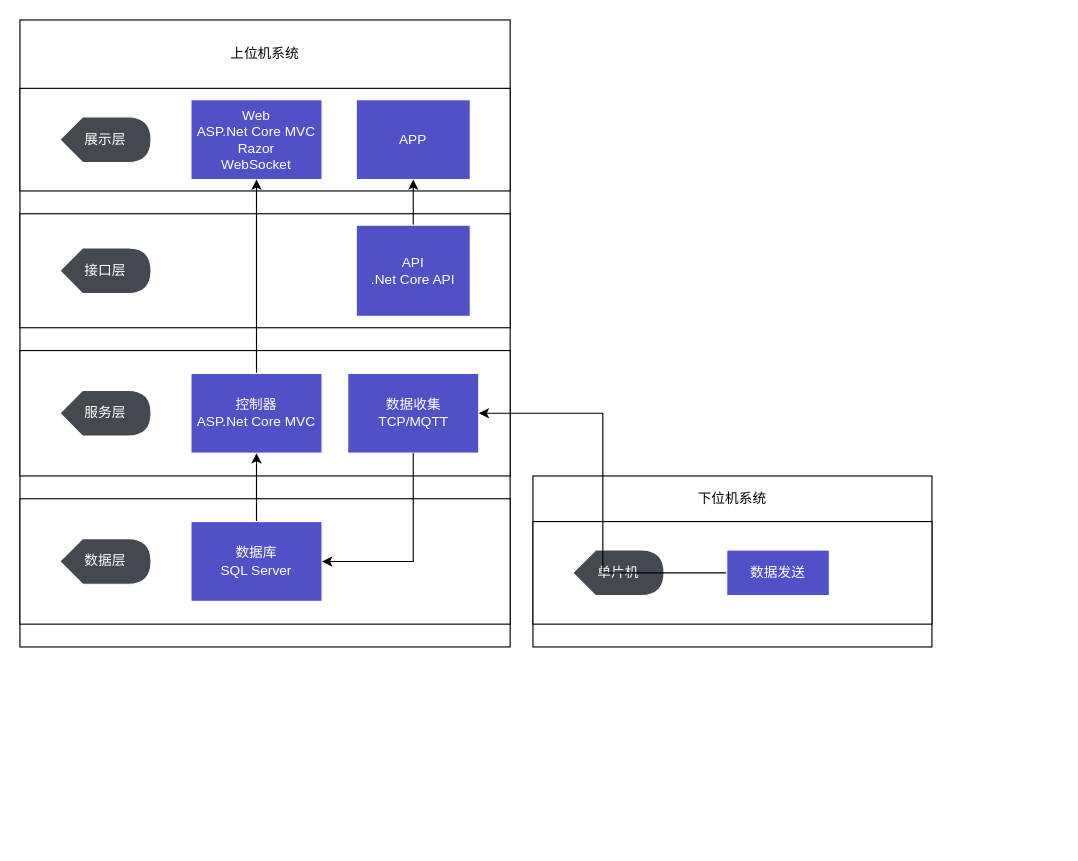
Earlier version of the draw.io diagram SystemArch.drawio (wisdomLei/FakeMicroBlog). Source tidied: cells renumbered, new cells numbered last; positions are measured from the earlier drawing's top-left corner, leaving out a move shared by most shapes. Both pictures are drawn from the tidied source at 114%, with x=0, y=0 at pixel (19, 19).
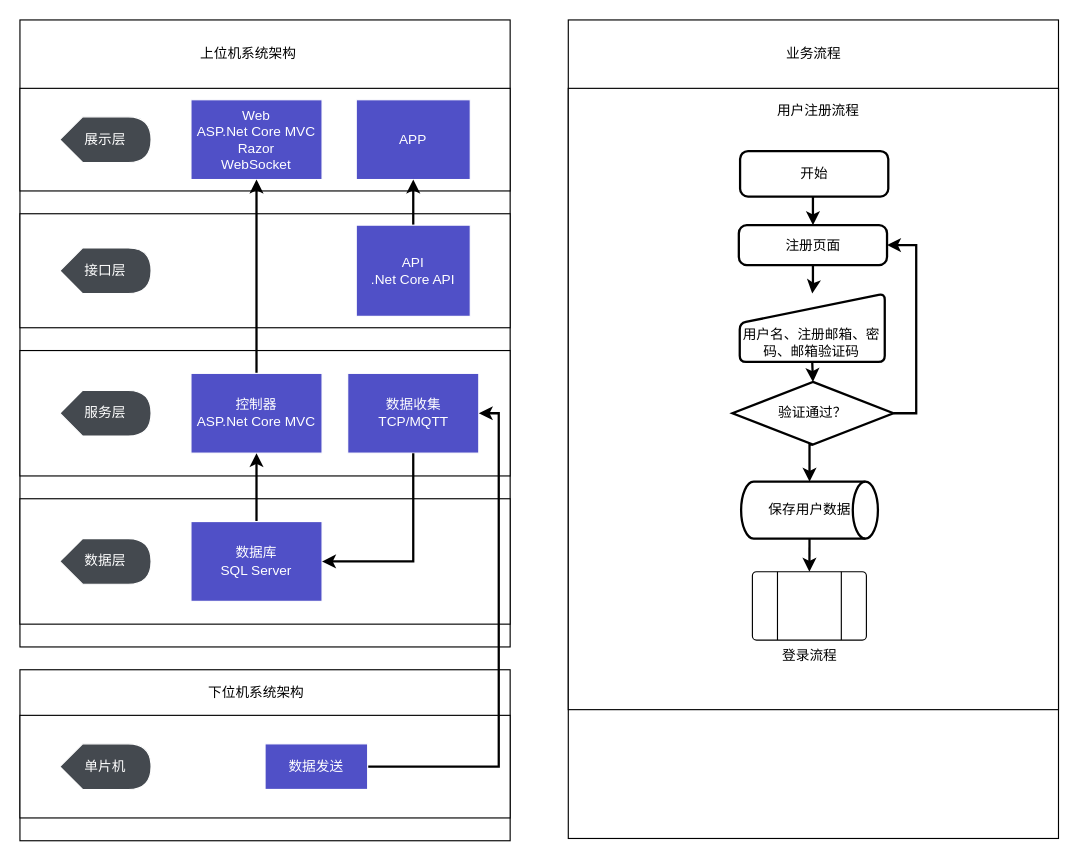
The same diagram, later.

Commit message:
添加登录流程

The change refers to these unchanged cells:
```xml
<mxCell id="6" value="Web&lt;br&gt;ASP.Net Core MVC&lt;br&gt;Razor&lt;br&gt;WebSocket" style="rounded=0;whiteSpace=wrap;html=1;strokeColor=#ffffff;gradientColor=none;fontColor=#FFFFFF;fillColor=#5050C7;" parent="1" vertex="1">
  <mxGeometry x="150" y="70" width="115" height="70" as="geometry" />
</mxCell>
<mxCell id="7" value="APP" style="rounded=0;whiteSpace=wrap;html=1;strokeColor=#ffffff;gradientColor=none;fontColor=#FFFFFF;fillColor=#5050C7;" parent="1" vertex="1">
  <mxGeometry x="295" y="70" width="100" height="70" as="geometry" />
</mxCell>
<mxCell id="11" value="API&lt;br&gt;.Net Core API" style="rounded=0;whiteSpace=wrap;html=1;strokeColor=#ffffff;gradientColor=none;fontColor=#FFFFFF;fillColor=#5050C7;" parent="1" vertex="1">
  <mxGeometry x="295" y="180" width="100" height="80" as="geometry" />
</mxCell>
<mxCell id="15" value="控制器&lt;br&gt;ASP.Net Core MVC" style="rounded=0;whiteSpace=wrap;html=1;strokeColor=#ffffff;gradientColor=none;fontColor=#FFFFFF;fillColor=#5050C7;" parent="1" vertex="1">
  <mxGeometry x="150" y="310" width="115" height="70" as="geometry" />
</mxCell>
<mxCell id="16" value="数据收集&lt;br&gt;TCP/MQTT" style="rounded=0;whiteSpace=wrap;html=1;strokeColor=#ffffff;gradientColor=none;fontColor=#FFFFFF;fillColor=#5050C7;" parent="1" vertex="1">
  <mxGeometry x="287.5" y="310" width="115" height="70" as="geometry" />
</mxCell>
<mxCell id="20" value="数据库&lt;br&gt;SQL Server" style="rounded=0;whiteSpace=wrap;html=1;strokeColor=#ffffff;gradientColor=none;fontColor=#FFFFFF;fillColor=#5050C7;" parent="1" vertex="1">
  <mxGeometry x="150" y="440" width="115" height="70" as="geometry" />
</mxCell>
```

The edit, as a diff of the source:
```diff
@@
-    <mxCell id="3" value="上位机系统" style="text;html=1;strokeColor=none;fillColor=none;align=center;verticalAlign=middle;whiteSpace=wrap;rounded=0;" parent="1" vertex="1">
-      <mxGeometry x="180" y="20" width="70" height="20" as="geometry" />
+    <mxCell id="3" value="上位机系统架构" style="text;html=1;strokeColor=none;fillColor=none;align=center;verticalAlign=middle;whiteSpace=wrap;rounded=0;" parent="1" vertex="1">
+      <mxGeometry x="150" y="20" width="101" height="20" as="geometry" />
     </mxCell>
@@
-    <mxCell id="10" style="edgeStyle=orthogonalEdgeStyle;rounded=0;jettySize=auto;html=1;fontColor=#FFFFFF;" parent="1" edge="1" source="11" target="7">
+    <mxCell id="10" style="edgeStyle=orthogonalEdgeStyle;rounded=0;jettySize=auto;html=1;fontColor=#FFFFFF;strokeWidth=2;" parent="1" edge="1" source="11" target="7">
       <mxGeometry relative="1" as="geometry" />
     </mxCell>
@@
-    <mxCell id="14" style="edgeStyle=orthogonalEdgeStyle;rounded=0;jettySize=auto;html=1;entryX=0.5;entryY=1;entryDx=0;entryDy=0;fontColor=#FFFFFF;" parent="1" edge="1" source="15" target="6">
+    <mxCell id="14" style="edgeStyle=orthogonalEdgeStyle;rounded=0;jettySize=auto;html=1;entryX=0.5;entryY=1;entryDx=0;entryDy=0;fontColor=#FFFFFF;strokeWidth=2;" parent="1" edge="1" source="15" target="6">
       <mxGeometry relative="1" as="geometry" />
     </mxCell>
@@
-    <mxCell id="19" style="edgeStyle=orthogonalEdgeStyle;rounded=0;jettySize=auto;html=1;entryX=0.5;entryY=1;entryDx=0;entryDy=0;fontColor=#FFFFFF;" parent="1" edge="1" source="20" target="15">
+    <mxCell id="19" style="edgeStyle=orthogonalEdgeStyle;rounded=0;jettySize=auto;html=1;entryX=0.5;entryY=1;entryDx=0;entryDy=0;fontColor=#FFFFFF;strokeWidth=2;" parent="1" edge="1" source="20" target="15">
       <mxGeometry relative="1" as="geometry" />
     </mxCell>
@@
-    <mxCell id="21" style="edgeStyle=orthogonalEdgeStyle;rounded=0;jettySize=auto;html=1;entryX=1;entryY=0.5;entryDx=0;entryDy=0;fontColor=#FFFFFF;exitX=0.5;exitY=1;exitDx=0;exitDy=0;" parent="1" edge="1" source="16" target="20">
+    <mxCell id="21" style="edgeStyle=orthogonalEdgeStyle;rounded=0;jettySize=auto;html=1;entryX=1;entryY=0.5;entryDx=0;entryDy=0;fontColor=#FFFFFF;exitX=0.5;exitY=1;exitDx=0;exitDy=0;strokeWidth=2;" parent="1" edge="1" source="16" target="20">
       <mxGeometry relative="1" as="geometry" />
     </mxCell>
     <mxCell id="22" style="rounded=0;whiteSpace=wrap;html=1;gradientDirection=north;fillColor=#FFFFFF;" parent="1" vertex="1">
-      <mxGeometry x="450" y="400" width="350" height="150" as="geometry" />
+      <mxGeometry y="570" width="430" height="150" as="geometry" />
     </mxCell>
-    <mxCell id="23" value="下位机系统" style="text;html=1;strokeColor=none;fillColor=none;align=center;verticalAlign=middle;whiteSpace=wrap;rounded=0;" parent="1" vertex="1">
-      <mxGeometry x="590" y="410" width="70" height="20" as="geometry" />
+    <mxCell id="23" value="下位机系统架构" style="text;html=1;strokeColor=none;fillColor=none;align=center;verticalAlign=middle;whiteSpace=wrap;rounded=0;" parent="1" vertex="1">
+      <mxGeometry x="163.2" y="580" width="88.5" height="20" as="geometry" />
     </mxCell>
     <mxCell id="24" style="rounded=0;whiteSpace=wrap;html=1;" parent="1" vertex="1">
-      <mxGeometry x="450" y="440" width="350" height="90" as="geometry" />
+      <mxGeometry y="610" width="430" height="90" as="geometry" />
     </mxCell>
     <mxCell id="25" value="单片机" style="shape=display;whiteSpace=wrap;html=1;fillColor=#44494F;strokeColor=#ffffff;fontColor=#FFFFFF;" parent="1" vertex="1">
-      <mxGeometry x="485" y="465" width="80" height="40" as="geometry" />
+      <mxGeometry x="35" y="635" width="80" height="40" as="geometry" />
     </mxCell>
-    <mxCell id="26" style="edgeStyle=orthogonalEdgeStyle;rounded=0;jettySize=auto;html=1;entryX=1;entryY=0.5;entryDx=0;entryDy=0;fontColor=#FFFFFF;" parent="1" edge="1" source="27" target="16">
-      <mxGeometry relative="1" as="geometry" />
+    <mxCell id="26" style="edgeStyle=orthogonalEdgeStyle;rounded=0;jettySize=auto;html=1;entryX=1;entryY=0.5;entryDx=0;entryDy=0;fontColor=#FFFFFF;strokeWidth=2;" parent="1" edge="1" source="27" target="16">
+      <mxGeometry relative="1" as="geometry">
+        <Array as="points">
+          <mxPoint x="420" y="655" />
+          <mxPoint x="420" y="345" />
+        </Array>
+      </mxGeometry>
     </mxCell>
     <mxCell id="27" value="数据发送" style="rounded=0;whiteSpace=wrap;html=1;strokeColor=#ffffff;gradientColor=none;fontColor=#FFFFFF;fillColor=#5050C7;" parent="1" vertex="1">
-      <mxGeometry x="620" y="465" width="90" height="40" as="geometry" />
+      <mxGeometry x="215" y="635" width="90" height="40" as="geometry" />
     </mxCell>
+    <mxCell id="28" style="rounded=0;whiteSpace=wrap;html=1;gradientDirection=north;fillColor=#FFFFFF;" parent="1" vertex="1">
+      <mxGeometry x="481" width="430" height="718" as="geometry" />
+    </mxCell>
+    <mxCell id="29" value="业务流程" style="text;html=1;strokeColor=none;fillColor=none;align=center;verticalAlign=middle;whiteSpace=wrap;rounded=0;" parent="1" vertex="1">
+      <mxGeometry x="645.5" y="20" width="101" height="20" as="geometry" />
+    </mxCell>
+    <mxCell id="30" style="rounded=0;whiteSpace=wrap;html=1;" parent="1" vertex="1">
+      <mxGeometry x="481" y="60" width="430" height="545" as="geometry" />
+    </mxCell>
+    <mxCell id="31" value="用户注册流程" style="text;html=1;strokeColor=none;fillColor=none;align=center;verticalAlign=middle;whiteSpace=wrap;rounded=0;" parent="1" vertex="1">
+      <mxGeometry x="654" y="70" width="92.5" height="20" as="geometry" />
+    </mxCell>
+    <mxCell id="32" style="edgeStyle=orthogonalEdgeStyle;rounded=0;jettySize=auto;html=1;exitX=0.5;exitY=1;exitDx=0;exitDy=0;entryX=0.5;entryY=0;entryDx=0;entryDy=0;entryPerimeter=0;strokeWidth=2;" parent="1" edge="1" source="33" target="36">
+      <mxGeometry relative="1" as="geometry" />
+    </mxCell>
+    <mxCell id="33" value="用户名、注册邮箱、密码、邮箱验证码" style="html=1;strokeWidth=2;shape=manualInput;whiteSpace=wrap;rounded=1;size=26;arcSize=11;verticalAlign=bottom;" parent="1" vertex="1">
+      <mxGeometry x="631.4" y="240" width="127.2" height="60" as="geometry" />
+    </mxCell>
+    <mxCell id="34" style="edgeStyle=orthogonalEdgeStyle;rounded=0;jettySize=auto;html=1;exitX=1;exitY=0.5;exitDx=0;exitDy=0;exitPerimeter=0;entryX=1;entryY=0.5;entryDx=0;entryDy=0;strokeWidth=2;" parent="1" edge="1" source="36" target="40">
+      <mxGeometry relative="1" as="geometry" />
+    </mxCell>
+    <mxCell id="35" style="edgeStyle=orthogonalEdgeStyle;rounded=0;jettySize=auto;html=1;exitX=0.5;exitY=1;exitDx=0;exitDy=0;exitPerimeter=0;entryX=0.5;entryY=0;entryDx=0;entryDy=0;entryPerimeter=0;strokeWidth=2;" parent="1" edge="1" source="36" target="38">
+      <mxGeometry relative="1" as="geometry" />
+    </mxCell>
+    <mxCell id="36" value="验证通过？" style="strokeWidth=2;html=1;shape=mxgraph.flowchart.decision;whiteSpace=wrap;" parent="1" vertex="1">
+      <mxGeometry x="625" y="317.5" width="141.2" height="55" as="geometry" />
+    </mxCell>
+    <mxCell id="37" style="edgeStyle=orthogonalEdgeStyle;rounded=0;jettySize=auto;html=1;exitX=0.5;exitY=1;exitDx=0;exitDy=0;exitPerimeter=0;entryX=0.5;entryY=0;entryDx=0;entryDy=0;strokeWidth=2;" parent="1" edge="1" source="38" target="43">
+      <mxGeometry relative="1" as="geometry" />
+    </mxCell>
+    <mxCell id="38" value="保存用户数据" style="strokeWidth=2;html=1;shape=mxgraph.flowchart.direct_data;whiteSpace=wrap;align=center;" parent="1" vertex="1">
+      <mxGeometry x="632.6" y="405" width="120" height="50" as="geometry" />
+    </mxCell>
+    <mxCell id="39" style="edgeStyle=orthogonalEdgeStyle;rounded=0;jettySize=auto;html=1;exitX=0.5;exitY=1;exitDx=0;exitDy=0;strokeWidth=2;" parent="1" edge="1" source="40" target="33">
+      <mxGeometry relative="1" as="geometry" />
+    </mxCell>
+    <mxCell id="40" value="注册页面" style="rounded=1;whiteSpace=wrap;html=1;absoluteArcSize=1;arcSize=14;strokeWidth=2;align=center;" parent="1" vertex="1">
+      <mxGeometry x="630.6" y="180" width="130" height="35" as="geometry" />
+    </mxCell>
+    <mxCell id="41" style="edgeStyle=orthogonalEdgeStyle;rounded=0;jettySize=auto;html=1;exitX=0.5;exitY=1;exitDx=0;exitDy=0;entryX=0.5;entryY=0;entryDx=0;entryDy=0;strokeWidth=2;" parent="1" edge="1" source="42" target="40">
+      <mxGeometry relative="1" as="geometry" />
+    </mxCell>
+    <mxCell id="42" value="开始" style="rounded=1;whiteSpace=wrap;html=1;absoluteArcSize=1;arcSize=14;strokeWidth=2;align=center;" parent="1" vertex="1">
+      <mxGeometry x="631.7" y="115" width="130" height="40" as="geometry" />
+    </mxCell>
+    <mxCell id="43" value="登录流程" style="verticalLabelPosition=bottom;verticalAlign=top;html=1;shape=process;whiteSpace=wrap;rounded=1;size=0.22380000000000108;arcSize=6;align=center;" parent="1" vertex="1">
+      <mxGeometry x="642.5" y="484" width="100" height="60" as="geometry" />
+    </mxCell>
```
